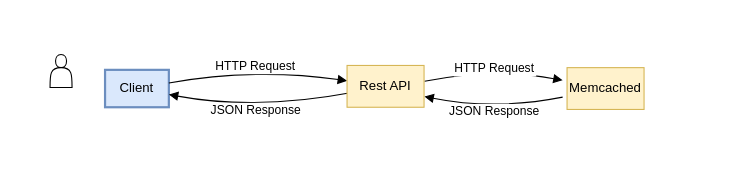
ArlanovCsb/responsive_menu keeps this draw.io diagram as Сервис адаптивного меню.drawio. Above is the earlier version. Source tidied: cells renumbered, new cells numbered last; positions are measured from the earlier drawing's top-left corner, leaving out a move shared by most shapes. Both pictures are drawn from the tidied source at 110%, with x=0, y=0 at pixel (50, 54).
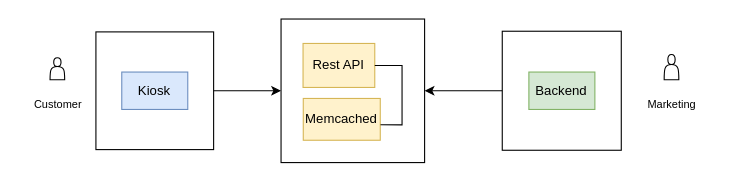
The same page after the edit.

What changed in the source:
```diff
@@
 <mxGraphModel>
   <root>
     <mxCell id="0" />
     <mxCell id="1" parent="0" />
+    <mxCell id="10" style="whiteSpace=wrap;html=1;fillColor=none;" parent="1" vertex="1">
+      <mxGeometry x="210" y="-32.2" width="130.5" height="130.5" as="geometry" />
+    </mxCell>
+    <mxCell id="11" style="edgeStyle=orthogonalEdgeStyle;rounded=0;jettySize=auto;html=1;entryX=0;entryY=0.5;entryDx=0;entryDy=0;" parent="1" edge="1" source="12" target="10">
+      <mxGeometry relative="1" as="geometry" />
+    </mxCell>
+    <mxCell id="12" style="whiteSpace=wrap;html=1;fillColor=none;" parent="1" vertex="1">
+      <mxGeometry x="41.7" y="-20.5" width="107" height="107" as="geometry" />
+    </mxCell>
-    <mxCell id="2" value="Client" style="whiteSpace=wrap;strokeWidth=2;fillColor=#dae8fc;strokeColor=#6c8ebf;" parent="1" vertex="1">
-      <mxGeometry x="50" y="14" width="58" height="34" as="geometry" />
+    <mxCell id="2" value="Kiosk" style="whiteSpace=wrap;strokeWidth=1;fillColor=#dae8fc;strokeColor=#6c8ebf;" parent="1" vertex="1">
+      <mxGeometry x="65.2" y="16" width="60" height="34" as="geometry" />
     </mxCell>
-    <mxCell id="3" value="HTTP Request" style="curved=1;startArrow=none;endArrow=block;exitX=1.0055226293103448;exitY=0.34927960710851086;" parent="1" edge="1" source="2" target="7">
-      <mxGeometry x="-0.02" y="2" relative="1" as="geometry">
-        <Array as="points">
-          <mxPoint x="187" y="12" />
-        </Array>
-      </mxGeometry>
-    </mxCell>
-    <mxCell id="4" value="JSON Response" style="curved=1;startArrow=none;endArrow=block;exitX=0.045;exitY=0.654;entryX=1.0055226293103448;entryY=0.6603711281856067;exitDx=0;exitDy=0;exitPerimeter=0;" parent="1" edge="1" source="7" target="2">
-      <mxGeometry x="0.04" y="-1" relative="1" as="geometry">
-        <Array as="points">
-          <mxPoint x="187" y="51" />
-        </Array>
-      </mxGeometry>
-    </mxCell>
-    <mxCell id="5" value="HTTP Request" style="curved=1;startArrow=none;endArrow=block;exitX=1.0048314144736843;exitY=0.40456181946892;entryX=-0.0036651234567901233;entryY=0.278978909763254;" parent="1" edge="1">
-      <mxGeometry x="0.01" relative="1" as="geometry">
-        <mxPoint x="340.4" y="24.3" as="sourcePoint" />
-        <mxPoint x="466" y="23.5" as="targetPoint" />
-        <Array as="points">
-          <mxPoint x="404" y="12" />
-        </Array>
-      </mxGeometry>
-    </mxCell>
-    <mxCell id="6" value="JSON Response" style="curved=1;startArrow=none;endArrow=block;exitX=-0.0036651234567901233;exitY=0.7306718255308636;entryX=1.0048314144736843;entryY=0.5997556147416063;" parent="1" edge="1">
-      <mxGeometry x="-0.01" relative="1" as="geometry">
-        <mxPoint x="466" y="38.8" as="sourcePoint" />
-        <mxPoint x="340.3" y="38.2" as="targetPoint" />
-        <Array as="points">
-          <mxPoint x="404" y="51" />
-        </Array>
-      </mxGeometry>
-    </mxCell>
     <mxCell id="7" value="Rest API" style="rounded=0;whiteSpace=wrap;html=1;fillColor=#fff2cc;strokeColor=#d6b656;" parent="1" vertex="1">
-      <mxGeometry x="270" y="10" width="70" height="38" as="geometry" />
+      <mxGeometry x="230" y="-10" width="65.2" height="40" as="geometry" />
     </mxCell>
     <mxCell id="8" value="Memcached" style="rounded=0;whiteSpace=wrap;html=1;fillColor=#fff2cc;strokeColor=#d6b656;" parent="1" vertex="1">
-      <mxGeometry x="470" y="12" width="70" height="38" as="geometry" />
+      <mxGeometry x="230.2" y="40" width="70" height="38" as="geometry" />
     </mxCell>
     <mxCell id="9" style="shape=actor;whiteSpace=wrap;html=1;" parent="1" vertex="1">
-      <mxGeometry width="20" height="30" as="geometry" />
+      <mxGeometry x="558.3" width="13.3" height="23" as="geometry" />
     </mxCell>
+    <mxCell id="13" value="&lt;font style=&quot;font-size: 10px;&quot;&gt;Customer&lt;/font&gt;" style="text;html=1;align=center;verticalAlign=middle;strokeColor=none;fillColor=none;" parent="1" vertex="1">
+      <mxGeometry x="-28.3" y="30" width="70" height="30" as="geometry" />
+    </mxCell>
+    <mxCell id="14" style="shape=actor;whiteSpace=wrap;html=1;" parent="1" vertex="1">
+      <mxGeometry y="3" width="13.3" height="20" as="geometry" />
+    </mxCell>
+    <mxCell id="15" style="endArrow=none;html=1;rounded=0;exitX=1.003;exitY=0.628;exitDx=0;exitDy=0;exitPerimeter=0;" parent="1" edge="1" source="8" target="7">
+      <mxGeometry relative="1" as="geometry">
+        <Array as="points">
+          <mxPoint x="320" y="64" />
+          <mxPoint x="320" y="10" />
+        </Array>
+      </mxGeometry>
+    </mxCell>
+    <mxCell id="16" style="edgeStyle=orthogonalEdgeStyle;rounded=0;jettySize=auto;html=1;entryX=1;entryY=0.5;entryDx=0;entryDy=0;" parent="1" edge="1" source="17" target="10">
+      <mxGeometry relative="1" as="geometry" />
+    </mxCell>
+    <mxCell id="17" style="whiteSpace=wrap;html=1;fillColor=none;" parent="1" vertex="1">
+      <mxGeometry x="411.1" y="-21.1" width="108.2" height="108.2" as="geometry" />
+    </mxCell>
+    <mxCell id="18" value="Backend" style="whiteSpace=wrap;strokeWidth=1;fillColor=#d5e8d4;strokeColor=#82b366;" parent="1" vertex="1">
+      <mxGeometry x="435.3" y="16" width="60" height="34" as="geometry" />
+    </mxCell>
+    <mxCell id="19" value="&lt;span style=&quot;font-size: 10px;&quot;&gt;Marketing&lt;/span&gt;" style="text;html=1;align=center;verticalAlign=middle;strokeColor=none;fillColor=none;" parent="1" vertex="1">
+      <mxGeometry x="530" y="30" width="70" height="30" as="geometry" />
+    </mxCell>
   </root>
 </mxGraphModel>
```
